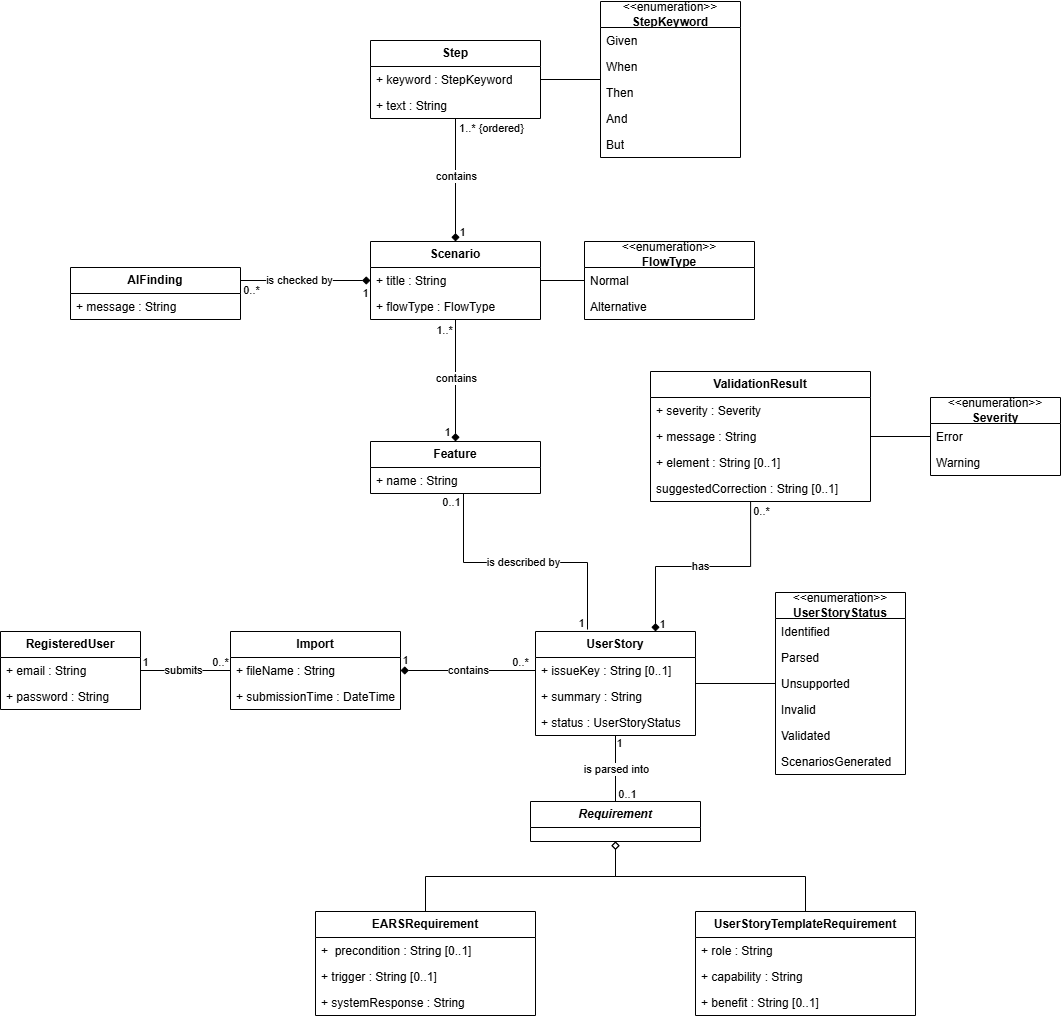
Earlier version of the draw.io export Diyagramlar/Class Diagram/Class Diagram.drawio.png (umutakkman/introduction-to-ooad-docs). Source tidied: cells renumbered, new cells last; positions are measured from the earlier drawing's top-left corner, leaving out a move shared by most shapes.
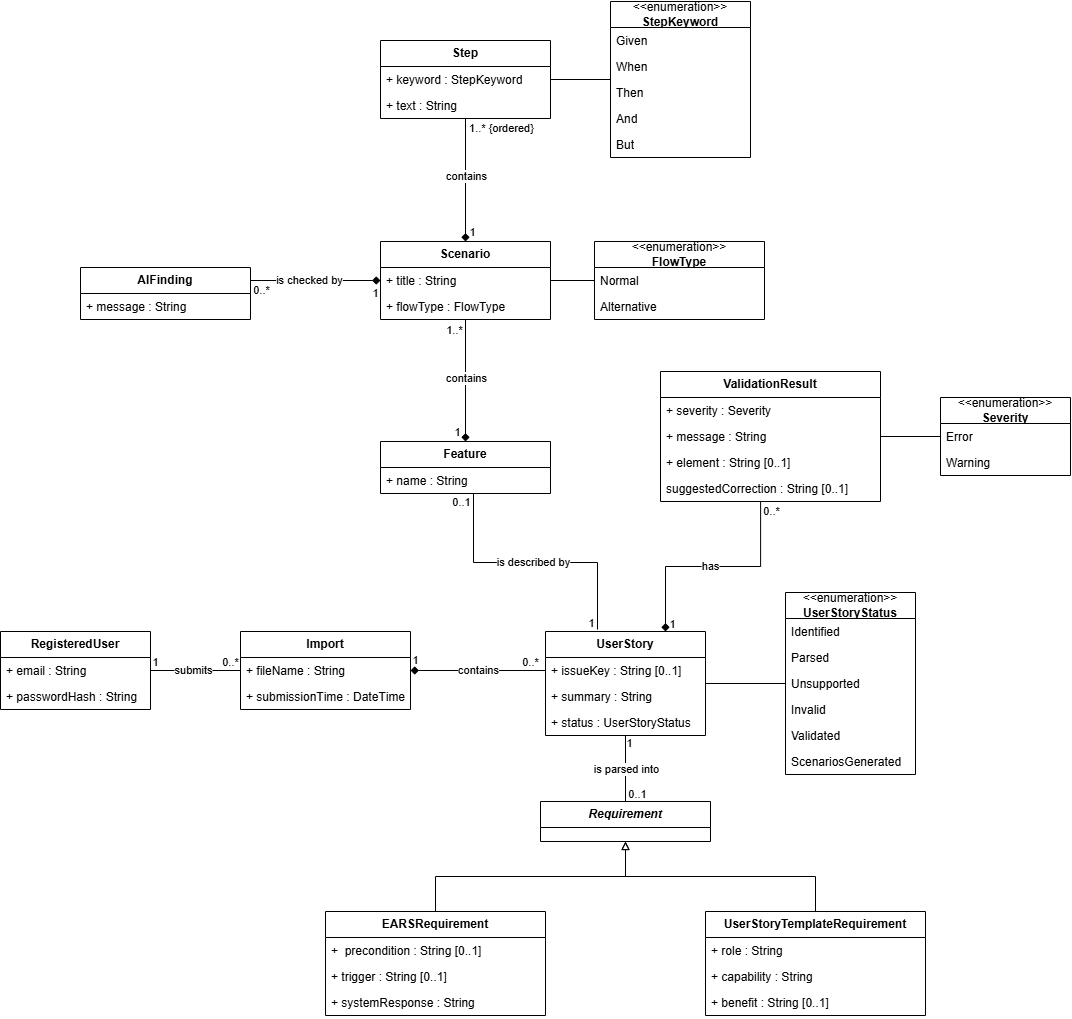
Later version of the same file.

The edit, as a diff of the source:
```diff
@@ -10,103 +10,103 @@
         <mxPoint x="8" y="3" as="offset" />
       </mxGeometry>
     </mxCell>
-    <mxCell id="4" value="1" style="edgeLabel;html=1;align=center;verticalAlign=middle;inheritText=1;defaultLabelBackgroundColor=page;" parent="2" vertex="1">
-      <mxGeometry x="-0.24" y="4" relative="1" as="geometry">
-        <mxPoint x="-30" y="-5" as="offset" />
-      </mxGeometry>
-    </mxCell>
-    <mxCell id="5" value="0..*" style="edgeLabel;html=1;align=center;verticalAlign=middle;inheritText=1;defaultLabelBackgroundColor=page;" parent="2" vertex="1">
-      <mxGeometry x="-0.24" y="4" relative="1" as="geometry">
-        <mxPoint x="45" y="-5" as="offset" />
-      </mxGeometry>
-    </mxCell>
-    <mxCell id="6" value="1" style="edgeLabel;html=1;align=center;verticalAlign=middle;inheritText=1;defaultLabelBackgroundColor=page;" parent="2" vertex="1">
-      <mxGeometry x="-0.24" y="4" relative="1" as="geometry">
-        <mxPoint x="230" y="-7" as="offset" />
-      </mxGeometry>
-    </mxCell>
-    <mxCell id="7" value="0..*" style="edgeLabel;html=1;align=center;verticalAlign=middle;inheritText=1;defaultLabelBackgroundColor=page;" parent="2" vertex="1">
-      <mxGeometry x="-0.24" y="4" relative="1" as="geometry">
-        <mxPoint x="345" y="-5" as="offset" />
-      </mxGeometry>
-    </mxCell>
-    <mxCell id="8" value="1" style="edgeLabel;html=1;align=center;verticalAlign=middle;inheritText=1;defaultLabelBackgroundColor=page;" parent="2" vertex="1">
-      <mxGeometry x="-0.24" y="4" relative="1" as="geometry">
-        <mxPoint x="444" y="76" as="offset" />
-      </mxGeometry>
-    </mxCell>
-    <mxCell id="9" value="0..1" style="edgeLabel;html=1;align=center;verticalAlign=middle;inheritText=1;defaultLabelBackgroundColor=page;" parent="2" vertex="1">
-      <mxGeometry x="-0.24" y="4" relative="1" as="geometry">
-        <mxPoint x="452" y="127" as="offset" />
-      </mxGeometry>
-    </mxCell>
-    <mxCell id="10" value="0..*" style="edgeLabel;html=1;align=center;verticalAlign=middle;inheritText=1;defaultLabelBackgroundColor=page;" parent="2" vertex="1">
-      <mxGeometry x="-0.24" y="4" relative="1" as="geometry">
-        <mxPoint x="586" y="-156" as="offset" />
-      </mxGeometry>
-    </mxCell>
-    <mxCell id="11" value="1" style="edgeLabel;html=1;align=center;verticalAlign=middle;inheritText=1;defaultLabelBackgroundColor=page;" parent="2" vertex="1">
-      <mxGeometry x="-0.24" y="4" relative="1" as="geometry">
-        <mxPoint x="487" y="-43" as="offset" />
-      </mxGeometry>
-    </mxCell>
-    <mxCell id="12" value="1" style="edgeLabel;html=1;align=center;verticalAlign=middle;inheritText=1;defaultLabelBackgroundColor=page;" parent="2" vertex="1">
-      <mxGeometry x="-0.24" y="4" relative="1" as="geometry">
-        <mxPoint x="406" y="-44" as="offset" />
-      </mxGeometry>
-    </mxCell>
-    <mxCell id="13" value="0..1" style="edgeLabel;html=1;align=center;verticalAlign=middle;inheritText=1;defaultLabelBackgroundColor=page;" parent="2" vertex="1">
-      <mxGeometry x="-0.24" y="4" relative="1" as="geometry">
-        <mxPoint x="276" y="-165" as="offset" />
-      </mxGeometry>
-    </mxCell>
+    <mxCell id="93" value="1" style="edgeLabel;html=1;align=center;verticalAlign=middle;inheritText=1;defaultLabelBackgroundColor=page;" parent="2" vertex="1">
+      <mxGeometry x="-0.24" y="4" relative="1" as="geometry">
+        <mxPoint x="-30" y="-5" as="offset" />
+      </mxGeometry>
+    </mxCell>
+    <mxCell id="94" value="0..*" style="edgeLabel;html=1;align=center;verticalAlign=middle;inheritText=1;defaultLabelBackgroundColor=page;" parent="2" vertex="1">
+      <mxGeometry x="-0.24" y="4" relative="1" as="geometry">
+        <mxPoint x="45" y="-5" as="offset" />
+      </mxGeometry>
+    </mxCell>
+    <mxCell id="95" value="1" style="edgeLabel;html=1;align=center;verticalAlign=middle;inheritText=1;defaultLabelBackgroundColor=page;" parent="2" vertex="1">
+      <mxGeometry x="-0.24" y="4" relative="1" as="geometry">
+        <mxPoint x="230" y="-7" as="offset" />
+      </mxGeometry>
+    </mxCell>
+    <mxCell id="96" value="0..*" style="edgeLabel;html=1;align=center;verticalAlign=middle;inheritText=1;defaultLabelBackgroundColor=page;" parent="2" vertex="1">
+      <mxGeometry x="-0.24" y="4" relative="1" as="geometry">
+        <mxPoint x="345" y="-5" as="offset" />
+      </mxGeometry>
+    </mxCell>
+    <mxCell id="97" value="1" style="edgeLabel;html=1;align=center;verticalAlign=middle;inheritText=1;defaultLabelBackgroundColor=page;" parent="2" vertex="1">
+      <mxGeometry x="-0.24" y="4" relative="1" as="geometry">
+        <mxPoint x="444" y="76" as="offset" />
+      </mxGeometry>
+    </mxCell>
+    <mxCell id="98" value="0..1" style="edgeLabel;html=1;align=center;verticalAlign=middle;inheritText=1;defaultLabelBackgroundColor=page;" parent="2" vertex="1">
+      <mxGeometry x="-0.24" y="4" relative="1" as="geometry">
+        <mxPoint x="452" y="127" as="offset" />
+      </mxGeometry>
+    </mxCell>
+    <mxCell id="99" value="0..*" style="edgeLabel;html=1;align=center;verticalAlign=middle;inheritText=1;defaultLabelBackgroundColor=page;" parent="2" vertex="1">
+      <mxGeometry x="-0.24" y="4" relative="1" as="geometry">
+        <mxPoint x="586" y="-156" as="offset" />
+      </mxGeometry>
+    </mxCell>
+    <mxCell id="100" value="1" style="edgeLabel;html=1;align=center;verticalAlign=middle;inheritText=1;defaultLabelBackgroundColor=page;" parent="2" vertex="1">
+      <mxGeometry x="-0.24" y="4" relative="1" as="geometry">
+        <mxPoint x="487" y="-43" as="offset" />
+      </mxGeometry>
+    </mxCell>
+    <mxCell id="101" value="1" style="edgeLabel;html=1;align=center;verticalAlign=middle;inheritText=1;defaultLabelBackgroundColor=page;" parent="2" vertex="1">
+      <mxGeometry x="-0.24" y="4" relative="1" as="geometry">
+        <mxPoint x="406" y="-44" as="offset" />
+      </mxGeometry>
+    </mxCell>
+    <mxCell id="102" value="0..1" style="edgeLabel;html=1;align=center;verticalAlign=middle;inheritText=1;defaultLabelBackgroundColor=page;" parent="2" vertex="1">
+      <mxGeometry x="-0.24" y="4" relative="1" as="geometry">
+        <mxPoint x="276" y="-165" as="offset" />
+      </mxGeometry>
+    </mxCell>
     <mxCell id="14" value="1..*" style="edgeLabel;html=1;align=center;verticalAlign=middle;inheritText=1;defaultLabelBackgroundColor=page;" parent="2" vertex="1">
       <mxGeometry x="-0.24" y="4" relative="1" as="geometry">
         <mxPoint x="269" y="-337" as="offset" />
       </mxGeometry>
     </mxCell>
-    <mxCell id="15" value="1" style="edgeLabel;html=1;align=center;verticalAlign=middle;inheritText=1;defaultLabelBackgroundColor=page;" parent="2" vertex="1">
-      <mxGeometry x="-0.24" y="4" relative="1" as="geometry">
-        <mxPoint x="272" y="-235" as="offset" />
-      </mxGeometry>
-    </mxCell>
-    <mxCell id="16" value="1" style="edgeLabel;html=1;align=center;verticalAlign=middle;inheritText=1;defaultLabelBackgroundColor=page;" parent="2" vertex="1">
-      <mxGeometry x="-0.24" y="4" relative="1" as="geometry">
-        <mxPoint x="287" y="-435" as="offset" />
-      </mxGeometry>
-    </mxCell>
+    <mxCell id="103" value="1" style="edgeLabel;html=1;align=center;verticalAlign=middle;inheritText=1;defaultLabelBackgroundColor=page;" parent="2" vertex="1">
+      <mxGeometry x="-0.24" y="4" relative="1" as="geometry">
+        <mxPoint x="272" y="-235" as="offset" />
+      </mxGeometry>
+    </mxCell>
+    <mxCell id="104" value="1" style="edgeLabel;html=1;align=center;verticalAlign=middle;inheritText=1;defaultLabelBackgroundColor=page;" parent="2" vertex="1">
+      <mxGeometry x="-0.24" y="4" relative="1" as="geometry">
+        <mxPoint x="287" y="-435" as="offset" />
+      </mxGeometry>
+    </mxCell>
     <mxCell id="17" value="1..* {ordered}" style="edgeLabel;html=1;align=center;verticalAlign=middle;inheritText=1;defaultLabelBackgroundColor=page;" parent="2" vertex="1">
       <mxGeometry x="-0.24" y="4" relative="1" as="geometry">
         <mxPoint x="316" y="-539" as="offset" />
       </mxGeometry>
     </mxCell>
-    <mxCell id="18" value="1" style="edgeLabel;html=1;align=center;verticalAlign=middle;inheritText=1;defaultLabelBackgroundColor=page;" parent="2" vertex="1">
-      <mxGeometry x="-0.24" y="4" relative="1" as="geometry">
-        <mxPoint x="190" y="-374" as="offset" />
-      </mxGeometry>
-    </mxCell>
-    <mxCell id="19" value="0..*" style="edgeLabel;html=1;align=center;verticalAlign=middle;inheritText=1;defaultLabelBackgroundColor=page;" parent="2" vertex="1">
-      <mxGeometry x="-0.24" y="4" relative="1" as="geometry">
-        <mxPoint x="76" y="-377" as="offset" />
-      </mxGeometry>
-    </mxCell>
+    <mxCell id="105" value="1" style="edgeLabel;html=1;align=center;verticalAlign=middle;inheritText=1;defaultLabelBackgroundColor=page;" parent="2" vertex="1">
+      <mxGeometry x="-0.24" y="4" relative="1" as="geometry">
+        <mxPoint x="190" y="-374" as="offset" />
+      </mxGeometry>
+    </mxCell>
+    <mxCell id="106" value="0..*" style="edgeLabel;html=1;align=center;verticalAlign=middle;inheritText=1;defaultLabelBackgroundColor=page;" parent="2" vertex="1">
+      <mxGeometry x="-0.24" y="4" relative="1" as="geometry">
+        <mxPoint x="76" y="-377" as="offset" />
+      </mxGeometry>
+    </mxCell>
     <mxCell id="20" value="&lt;b&gt;RegisteredUser&lt;/b&gt;" style="swimlane;fontStyle=0;horizontal=1;startSize=26;fillColor=none;whiteSpace=wrap;html=1;" parent="1" vertex="1">
-      <mxGeometry y="630" width="140" height="78" as="geometry" />
+      <mxGeometry x="-10" y="630" width="150" height="78" as="geometry" />
     </mxCell>
     <mxCell id="21" value="+ email : String" style="text;strokeColor=none;fillColor=none;align=left;verticalAlign=top;spacingLeft=4;spacingRight=4;overflow=hidden;whiteSpace=wrap;html=1;" parent="20" vertex="1">
-      <mxGeometry y="26" width="140" height="26" as="geometry" />
+      <mxGeometry y="26" width="150" height="26" as="geometry" />
     </mxCell>
-    <mxCell id="22" value="+ password : String" style="text;strokeColor=none;fillColor=none;align=left;verticalAlign=top;spacingLeft=4;spacingRight=4;overflow=hidden;whiteSpace=wrap;html=1;" parent="20" vertex="1">
-      <mxGeometry y="52" width="140" height="26" as="geometry" />
-    </mxCell>
+    <mxCell id="107" value="+ passwordHash : String" style="text;strokeColor=none;fillColor=none;align=left;verticalAlign=top;spacingLeft=4;spacingRight=4;overflow=hidden;whiteSpace=wrap;html=1;" parent="20" vertex="1">
+      <mxGeometry y="52" width="150" height="26" as="geometry" />
+    </mxCell>
     <mxCell id="23" style="edgeStyle=orthogonalEdgeStyle;rounded=0;jettySize=auto;html=1;entryX=0;entryY=0.5;entryDx=0;entryDy=0;defaultLabelBackgroundColor=page;endArrow=none;endFill=0;startArrow=diamond;startFill=1;" parent="1" edge="1" source="25" target="34">
       <mxGeometry relative="1" as="geometry" />
     </mxCell>
-    <mxCell id="24" value="contains" style="edgeLabel;html=1;align=center;verticalAlign=middle;inheritText=1;defaultLabelBackgroundColor=page;" parent="23" vertex="1">
-      <mxGeometry x="0.05" relative="1" as="geometry">
-        <mxPoint x="-4" y="-1" as="offset" />
-      </mxGeometry>
-    </mxCell>
+    <mxCell id="108" value="contains" style="edgeLabel;html=1;align=center;verticalAlign=middle;inheritText=1;defaultLabelBackgroundColor=page;" parent="23" vertex="1">
+      <mxGeometry x="0.05" relative="1" as="geometry">
+        <mxPoint x="-4" y="-1" as="offset" />
+      </mxGeometry>
+    </mxCell>
     <mxCell id="25" value="&lt;b&gt;Import&lt;/b&gt;" style="swimlane;fontStyle=0;horizontal=1;startSize=26;fillColor=none;whiteSpace=wrap;html=1;" parent="1" vertex="1">
       <mxGeometry x="230" y="630" width="170" height="78" as="geometry" />
     </mxCell>
@@ -145,7 +145,7 @@
     <mxCell id="36" value="+ status : UserStoryStatus" style="text;strokeColor=none;fillColor=none;align=left;verticalAlign=top;spacingLeft=4;spacingRight=4;overflow=hidden;whiteSpace=wrap;html=1;" parent="33" vertex="1">
       <mxGeometry y="78" width="160" height="26" as="geometry" />
     </mxCell>
-    <mxCell id="37" style="edgeStyle=orthogonalEdgeStyle;rounded=0;jettySize=auto;html=1;entryX=0.5;entryY=0;entryDx=0;entryDy=0;defaultLabelBackgroundColor=page;endArrow=none;endFill=0;startArrow=diamond;startFill=0;" parent="1" edge="1" source="38" target="43">
+    <mxCell id="37" style="edgeStyle=orthogonalEdgeStyle;rounded=0;jettySize=auto;html=1;entryX=0.5;entryY=0;entryDx=0;entryDy=0;defaultLabelBackgroundColor=page;endArrow=none;endFill=0;startArrow=block;startFill=0;" parent="1" edge="1" source="38" target="43">
       <mxGeometry relative="1" as="geometry" />
     </mxCell>
     <mxCell id="38" value="&lt;i&gt;&lt;b&gt;Requirement&lt;/b&gt;&lt;/i&gt;" style="swimlane;fontStyle=0;horizontal=1;startSize=26;fillColor=none;whiteSpace=wrap;html=1;" parent="1" vertex="1">
@@ -193,9 +193,9 @@
     <mxCell id="52" style="edgeStyle=orthogonalEdgeStyle;rounded=0;jettySize=auto;html=1;entryX=0.5;entryY=1;entryDx=0;entryDy=0;defaultLabelBackgroundColor=page;endArrow=none;endFill=0;startArrow=diamond;startFill=1;" parent="1" edge="1" source="54" target="59">
       <mxGeometry relative="1" as="geometry" />
     </mxCell>
-    <mxCell id="53" value="contains" style="edgeLabel;html=1;align=center;verticalAlign=middle;inheritText=1;defaultLabelBackgroundColor=page;" parent="52" vertex="1">
-      <mxGeometry x="0.05" relative="1" as="geometry" />
-    </mxCell>
+    <mxCell id="109" value="contains" style="edgeLabel;html=1;align=center;verticalAlign=middle;inheritText=1;defaultLabelBackgroundColor=page;" parent="52" vertex="1">
+      <mxGeometry x="0.05" relative="1" as="geometry" />
+    </mxCell>
     <mxCell id="54" value="&lt;b&gt;Feature&lt;/b&gt;" style="swimlane;fontStyle=0;horizontal=1;startSize=26;fillColor=none;whiteSpace=wrap;html=1;" parent="1" vertex="1">
       <mxGeometry x="370" y="440" width="170" height="52" as="geometry" />
     </mxCell>
@@ -208,9 +208,9 @@
     <mxCell id="57" style="edgeStyle=orthogonalEdgeStyle;rounded=0;jettySize=auto;html=1;entryX=0.5;entryY=1;entryDx=0;entryDy=0;defaultLabelBackgroundColor=page;endArrow=none;endFill=0;startArrow=diamond;startFill=1;" parent="1" edge="1" source="59" target="63">
       <mxGeometry relative="1" as="geometry" />
     </mxCell>
-    <mxCell id="58" value="contains" style="edgeLabel;html=1;align=center;verticalAlign=middle;inheritText=1;defaultLabelBackgroundColor=page;" parent="57" vertex="1">
-      <mxGeometry x="0.07" relative="1" as="geometry" />
-    </mxCell>
+    <mxCell id="110" value="contains" style="edgeLabel;html=1;align=center;verticalAlign=middle;inheritText=1;defaultLabelBackgroundColor=page;" parent="57" vertex="1">
+      <mxGeometry x="0.07" relative="1" as="geometry" />
+    </mxCell>
     <mxCell id="59" value="&lt;b&gt;Scenario&lt;/b&gt;" style="swimlane;fontStyle=0;horizontal=1;startSize=26;fillColor=none;whiteSpace=wrap;html=1;" parent="1" vertex="1">
       <mxGeometry x="370" y="240" width="170" height="78" as="geometry" />
     </mxCell>
@@ -292,7 +292,7 @@
     <mxCell id="85" value="But" style="text;strokeColor=none;fillColor=none;align=left;verticalAlign=top;spacingLeft=4;spacingRight=4;overflow=hidden;whiteSpace=wrap;html=1;" parent="80" vertex="1">
       <mxGeometry y="130" width="140" height="26" as="geometry" />
     </mxCell>
-    <mxCell id="86" style="edgeStyle=orthogonalEdgeStyle;rounded=0;jettySize=auto;html=1;entryX=0.5;entryY=0;entryDx=0;entryDy=0;defaultLabelBackgroundColor=page;endArrow=none;endFill=0;startArrow=diamond;startFill=0;exitX=0.5;exitY=1;exitDx=0;exitDy=0;" parent="1" edge="1" source="38" target="39">
+    <mxCell id="86" style="edgeStyle=orthogonalEdgeStyle;rounded=0;jettySize=auto;html=1;entryX=0.5;entryY=0;entryDx=0;entryDy=0;defaultLabelBackgroundColor=page;endArrow=none;endFill=0;startArrow=block;startFill=0;exitX=0.5;exitY=1;exitDx=0;exitDy=0;" parent="1" edge="1" source="38" target="39">
       <mxGeometry relative="1" as="geometry" />
     </mxCell>
     <mxCell id="87" style="edgeStyle=orthogonalEdgeStyle;rounded=0;jettySize=auto;html=1;entryX=0.547;entryY=1;entryDx=0;entryDy=0;entryPerimeter=0;defaultLabelBackgroundColor=page;exitX=0.325;exitY=-0.019;exitDx=0;exitDy=0;exitPerimeter=0;endArrow=none;endFill=0;startArrow=none;startFill=0;" parent="1" edge="1" source="33" target="55">
```
